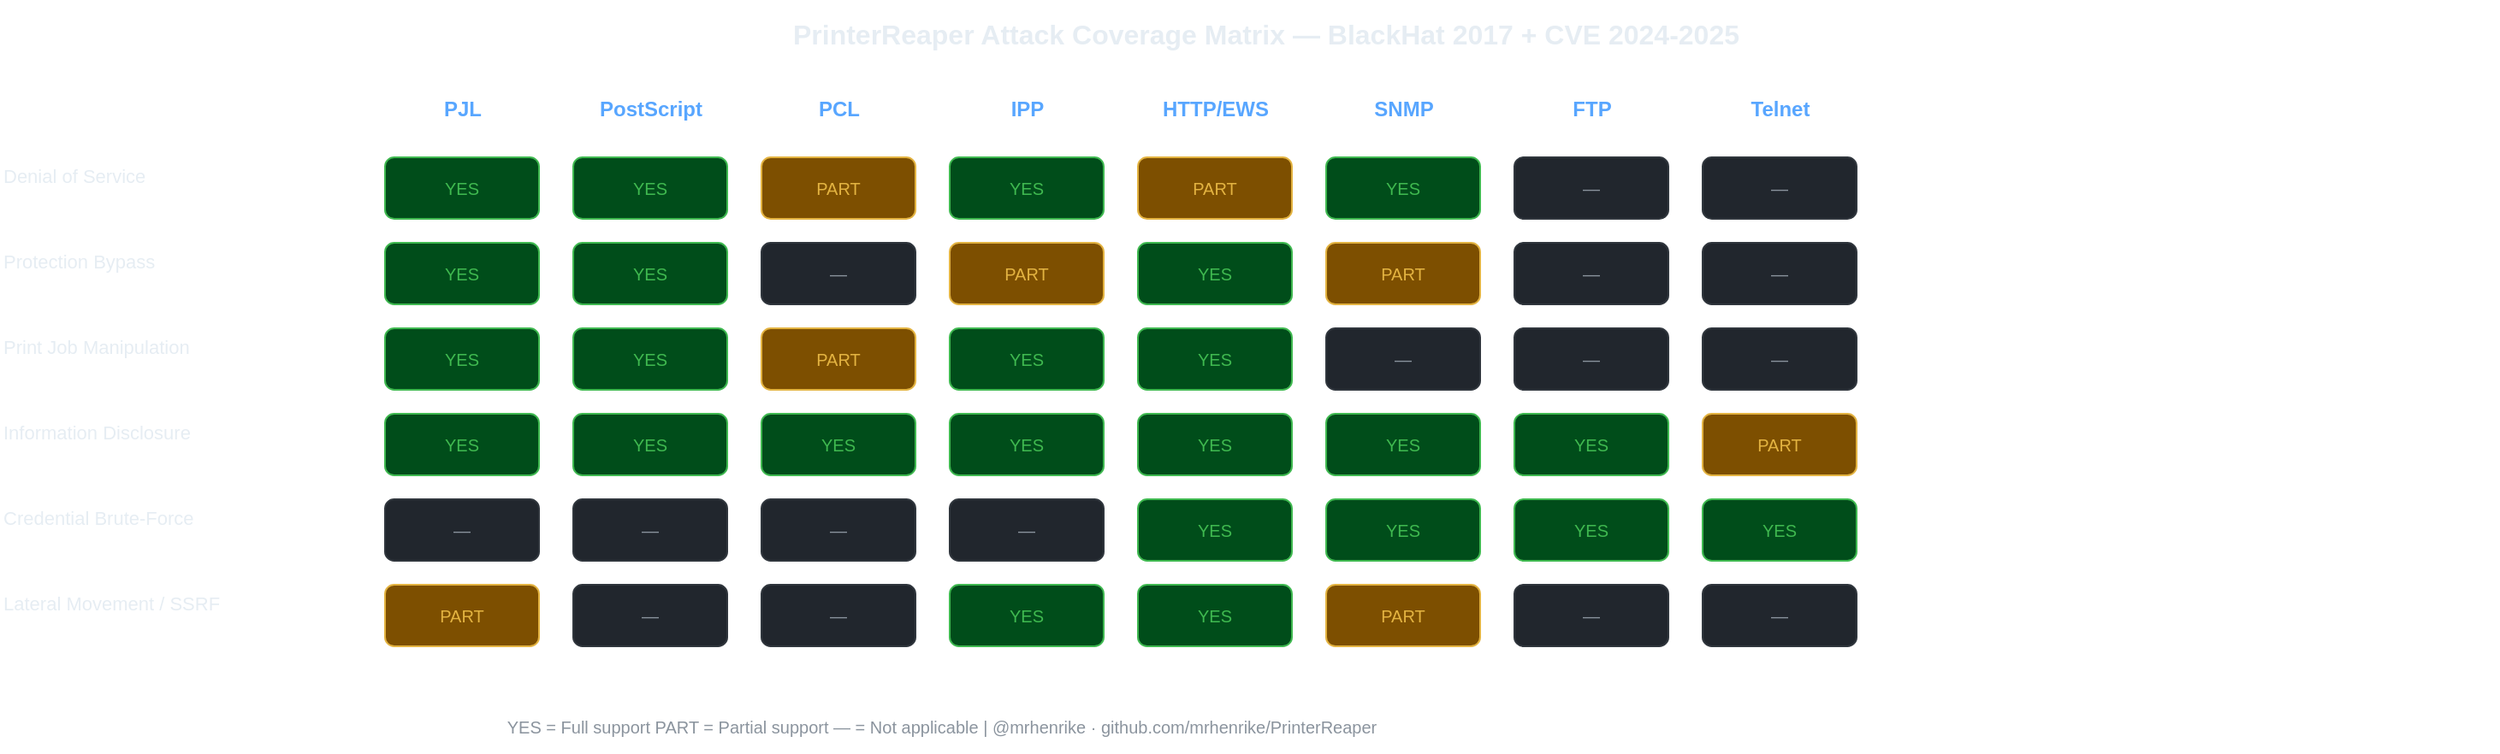
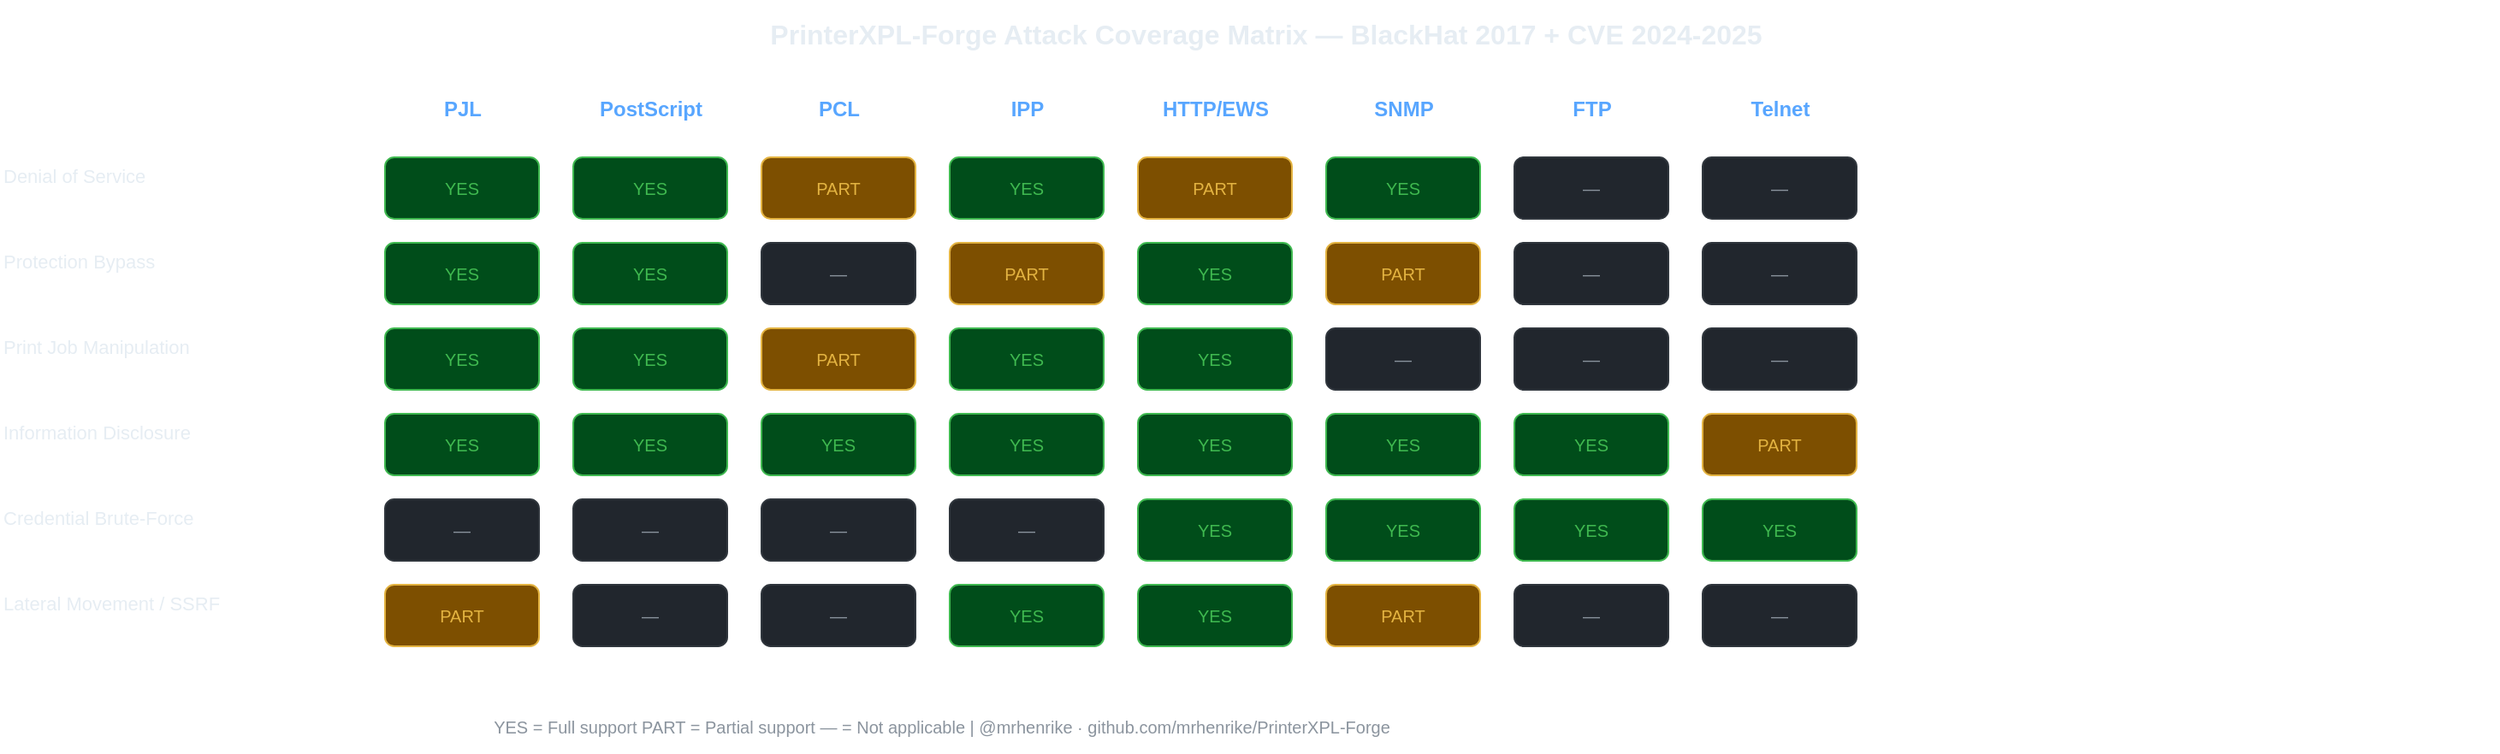
- <mxfile host="diagrams.net" modified="2026-03-25" agent="PrinterReaper" version="21.0.0">
+ <mxfile host="diagrams.net" modified="2026-03-25" agent="PrinterXPL-Forge" version="21.0.0">
  <diagram id="attackmatrix" name="Attack Coverage Matrix">
    <mxGraphModel dx="1422" dy="762" grid="1" gridSize="10" guides="1" tooltips="1" connect="1" arrows="1" fold="1" page="1" pageScale="1" pageWidth="1654" pageHeight="1169" math="0" shadow="0">
      <root>
        <mxCell id="0" />
        <mxCell id="1" parent="0" />

        <!-- Title -->
-         <mxCell id="title" value="PrinterReaper Attack Coverage Matrix — BlackHat 2017 + CVE 2024-2025" style="text;html=1;strokeColor=none;fillColor=none;align=center;verticalAlign=middle;whiteSpace=wrap;rounded=0;fontSize=16;fontColor=#E6EDF3;fontStyle=1;" vertex="1" parent="1">
+         <mxCell id="title" value="PrinterXPL-Forge Attack Coverage Matrix — BlackHat 2017 + CVE 2024-2025" style="text;html=1;strokeColor=none;fillColor=none;align=center;verticalAlign=middle;whiteSpace=wrap;rounded=0;fontSize=16;fontColor=#E6EDF3;fontStyle=1;" vertex="1" parent="1">
          <mxGeometry x="80" y="20" width="1440" height="40" as="geometry" />
        </mxCell>

        <!-- Column headers -->
        <mxCell id="h1" value="PJL" style="text;html=1;align=center;fontColor=#58a6ff;fontSize=12;fontStyle=1;" vertex="1" parent="1"><mxGeometry x="280" y="70" width="100" height="30" as="geometry"/></mxCell>
        <mxCell id="h2" value="PostScript" style="text;html=1;align=center;fontColor=#58a6ff;fontSize=12;fontStyle=1;" vertex="1" parent="1"><mxGeometry x="390" y="70" width="100" height="30" as="geometry"/></mxCell>
        <mxCell id="h3" value="PCL" style="text;html=1;align=center;fontColor=#58a6ff;fontSize=12;fontStyle=1;" vertex="1" parent="1"><mxGeometry x="500" y="70" width="100" height="30" as="geometry"/></mxCell>
        <mxCell id="h4" value="IPP" style="text;html=1;align=center;fontColor=#58a6ff;fontSize=12;fontStyle=1;" vertex="1" parent="1"><mxGeometry x="610" y="70" width="100" height="30" as="geometry"/></mxCell>
        <mxCell id="h5" value="HTTP/EWS" style="text;html=1;align=center;fontColor=#58a6ff;fontSize=12;fontStyle=1;" vertex="1" parent="1"><mxGeometry x="720" y="70" width="100" height="30" as="geometry"/></mxCell>
        <mxCell id="h6" value="SNMP" style="text;html=1;align=center;fontColor=#58a6ff;fontSize=12;fontStyle=1;" vertex="1" parent="1"><mxGeometry x="830" y="70" width="100" height="30" as="geometry"/></mxCell>
        <mxCell id="h7" value="FTP" style="text;html=1;align=center;fontColor=#58a6ff;fontSize=12;fontStyle=1;" vertex="1" parent="1"><mxGeometry x="940" y="70" width="100" height="30" as="geometry"/></mxCell>
        <mxCell id="h8" value="Telnet" style="text;html=1;align=center;fontColor=#58a6ff;fontSize=12;fontStyle=1;" vertex="1" parent="1"><mxGeometry x="1050" y="70" width="100" height="30" as="geometry"/></mxCell>

        <!-- Row 1: DoS -->
        <mxCell id="r1" value="Denial of Service" style="text;html=1;align=left;fontColor=#E6EDF3;fontSize=11;" vertex="1" parent="1"><mxGeometry x="60" y="110" width="210" height="40" as="geometry"/></mxCell>
        <mxCell id="r1c1" value="YES" style="rounded=1;whiteSpace=wrap;html=1;fillColor=#004D1A;strokeColor=#3fb950;fontColor=#3fb950;fontSize=10;" vertex="1" parent="1"><mxGeometry x="285" y="112" width="90" height="36" as="geometry"/></mxCell>
        <mxCell id="r1c2" value="YES" style="rounded=1;whiteSpace=wrap;html=1;fillColor=#004D1A;strokeColor=#3fb950;fontColor=#3fb950;fontSize=10;" vertex="1" parent="1"><mxGeometry x="395" y="112" width="90" height="36" as="geometry"/></mxCell>
        <mxCell id="r1c3" value="PART" style="rounded=1;whiteSpace=wrap;html=1;fillColor=#7D4F00;strokeColor=#e3b341;fontColor=#e3b341;fontSize=10;" vertex="1" parent="1"><mxGeometry x="505" y="112" width="90" height="36" as="geometry"/></mxCell>
        <mxCell id="r1c4" value="YES" style="rounded=1;whiteSpace=wrap;html=1;fillColor=#004D1A;strokeColor=#3fb950;fontColor=#3fb950;fontSize=10;" vertex="1" parent="1"><mxGeometry x="615" y="112" width="90" height="36" as="geometry"/></mxCell>
        <mxCell id="r1c5" value="PART" style="rounded=1;whiteSpace=wrap;html=1;fillColor=#7D4F00;strokeColor=#e3b341;fontColor=#e3b341;fontSize=10;" vertex="1" parent="1"><mxGeometry x="725" y="112" width="90" height="36" as="geometry"/></mxCell>
        <mxCell id="r1c6" value="YES" style="rounded=1;whiteSpace=wrap;html=1;fillColor=#004D1A;strokeColor=#3fb950;fontColor=#3fb950;fontSize=10;" vertex="1" parent="1"><mxGeometry x="835" y="112" width="90" height="36" as="geometry"/></mxCell>
        <mxCell id="r1c7" value="—" style="rounded=1;whiteSpace=wrap;html=1;fillColor=#21262d;strokeColor=#30363d;fontColor=#8b949e;fontSize=10;" vertex="1" parent="1"><mxGeometry x="945" y="112" width="90" height="36" as="geometry"/></mxCell>
        <mxCell id="r1c8" value="—" style="rounded=1;whiteSpace=wrap;html=1;fillColor=#21262d;strokeColor=#30363d;fontColor=#8b949e;fontSize=10;" vertex="1" parent="1"><mxGeometry x="1055" y="112" width="90" height="36" as="geometry"/></mxCell>

        <!-- Row 2: Protection Bypass -->
        <mxCell id="r2" value="Protection Bypass" style="text;html=1;align=left;fontColor=#E6EDF3;fontSize=11;" vertex="1" parent="1"><mxGeometry x="60" y="160" width="210" height="40" as="geometry"/></mxCell>
        <mxCell id="r2c1" value="YES" style="rounded=1;whiteSpace=wrap;html=1;fillColor=#004D1A;strokeColor=#3fb950;fontColor=#3fb950;fontSize=10;" vertex="1" parent="1"><mxGeometry x="285" y="162" width="90" height="36" as="geometry"/></mxCell>
        <mxCell id="r2c2" value="YES" style="rounded=1;whiteSpace=wrap;html=1;fillColor=#004D1A;strokeColor=#3fb950;fontColor=#3fb950;fontSize=10;" vertex="1" parent="1"><mxGeometry x="395" y="162" width="90" height="36" as="geometry"/></mxCell>
        <mxCell id="r2c3" value="—" style="rounded=1;whiteSpace=wrap;html=1;fillColor=#21262d;strokeColor=#30363d;fontColor=#8b949e;fontSize=10;" vertex="1" parent="1"><mxGeometry x="505" y="162" width="90" height="36" as="geometry"/></mxCell>
        <mxCell id="r2c4" value="PART" style="rounded=1;whiteSpace=wrap;html=1;fillColor=#7D4F00;strokeColor=#e3b341;fontColor=#e3b341;fontSize=10;" vertex="1" parent="1"><mxGeometry x="615" y="162" width="90" height="36" as="geometry"/></mxCell>
        <mxCell id="r2c5" value="YES" style="rounded=1;whiteSpace=wrap;html=1;fillColor=#004D1A;strokeColor=#3fb950;fontColor=#3fb950;fontSize=10;" vertex="1" parent="1"><mxGeometry x="725" y="162" width="90" height="36" as="geometry"/></mxCell>
        <mxCell id="r2c6" value="PART" style="rounded=1;whiteSpace=wrap;html=1;fillColor=#7D4F00;strokeColor=#e3b341;fontColor=#e3b341;fontSize=10;" vertex="1" parent="1"><mxGeometry x="835" y="162" width="90" height="36" as="geometry"/></mxCell>
        <mxCell id="r2c7" value="—" style="rounded=1;whiteSpace=wrap;html=1;fillColor=#21262d;strokeColor=#30363d;fontColor=#8b949e;fontSize=10;" vertex="1" parent="1"><mxGeometry x="945" y="162" width="90" height="36" as="geometry"/></mxCell>
        <mxCell id="r2c8" value="—" style="rounded=1;whiteSpace=wrap;html=1;fillColor=#21262d;strokeColor=#30363d;fontColor=#8b949e;fontSize=10;" vertex="1" parent="1"><mxGeometry x="1055" y="162" width="90" height="36" as="geometry"/></mxCell>

        <!-- Row 3: Job Manipulation -->
        <mxCell id="r3" value="Print Job Manipulation" style="text;html=1;align=left;fontColor=#E6EDF3;fontSize=11;" vertex="1" parent="1"><mxGeometry x="60" y="210" width="210" height="40" as="geometry"/></mxCell>
        <mxCell id="r3c1" value="YES" style="rounded=1;whiteSpace=wrap;html=1;fillColor=#004D1A;strokeColor=#3fb950;fontColor=#3fb950;fontSize=10;" vertex="1" parent="1"><mxGeometry x="285" y="212" width="90" height="36" as="geometry"/></mxCell>
        <mxCell id="r3c2" value="YES" style="rounded=1;whiteSpace=wrap;html=1;fillColor=#004D1A;strokeColor=#3fb950;fontColor=#3fb950;fontSize=10;" vertex="1" parent="1"><mxGeometry x="395" y="212" width="90" height="36" as="geometry"/></mxCell>
        <mxCell id="r3c3" value="PART" style="rounded=1;whiteSpace=wrap;html=1;fillColor=#7D4F00;strokeColor=#e3b341;fontColor=#e3b341;fontSize=10;" vertex="1" parent="1"><mxGeometry x="505" y="212" width="90" height="36" as="geometry"/></mxCell>
        <mxCell id="r3c4" value="YES" style="rounded=1;whiteSpace=wrap;html=1;fillColor=#004D1A;strokeColor=#3fb950;fontColor=#3fb950;fontSize=10;" vertex="1" parent="1"><mxGeometry x="615" y="212" width="90" height="36" as="geometry"/></mxCell>
        <mxCell id="r3c5" value="YES" style="rounded=1;whiteSpace=wrap;html=1;fillColor=#004D1A;strokeColor=#3fb950;fontColor=#3fb950;fontSize=10;" vertex="1" parent="1"><mxGeometry x="725" y="212" width="90" height="36" as="geometry"/></mxCell>
        <mxCell id="r3c6" value="—" style="rounded=1;whiteSpace=wrap;html=1;fillColor=#21262d;strokeColor=#30363d;fontColor=#8b949e;fontSize=10;" vertex="1" parent="1"><mxGeometry x="835" y="212" width="90" height="36" as="geometry"/></mxCell>
        <mxCell id="r3c7" value="—" style="rounded=1;whiteSpace=wrap;html=1;fillColor=#21262d;strokeColor=#30363d;fontColor=#8b949e;fontSize=10;" vertex="1" parent="1"><mxGeometry x="945" y="212" width="90" height="36" as="geometry"/></mxCell>
        <mxCell id="r3c8" value="—" style="rounded=1;whiteSpace=wrap;html=1;fillColor=#21262d;strokeColor=#30363d;fontColor=#8b949e;fontSize=10;" vertex="1" parent="1"><mxGeometry x="1055" y="212" width="90" height="36" as="geometry"/></mxCell>

        <!-- Row 4: Info Disclosure -->
        <mxCell id="r4" value="Information Disclosure" style="text;html=1;align=left;fontColor=#E6EDF3;fontSize=11;" vertex="1" parent="1"><mxGeometry x="60" y="260" width="210" height="40" as="geometry"/></mxCell>
        <mxCell id="r4c1" value="YES" style="rounded=1;whiteSpace=wrap;html=1;fillColor=#004D1A;strokeColor=#3fb950;fontColor=#3fb950;fontSize=10;" vertex="1" parent="1"><mxGeometry x="285" y="262" width="90" height="36" as="geometry"/></mxCell>
        <mxCell id="r4c2" value="YES" style="rounded=1;whiteSpace=wrap;html=1;fillColor=#004D1A;strokeColor=#3fb950;fontColor=#3fb950;fontSize=10;" vertex="1" parent="1"><mxGeometry x="395" y="262" width="90" height="36" as="geometry"/></mxCell>
        <mxCell id="r4c3" value="YES" style="rounded=1;whiteSpace=wrap;html=1;fillColor=#004D1A;strokeColor=#3fb950;fontColor=#3fb950;fontSize=10;" vertex="1" parent="1"><mxGeometry x="505" y="262" width="90" height="36" as="geometry"/></mxCell>
        <mxCell id="r4c4" value="YES" style="rounded=1;whiteSpace=wrap;html=1;fillColor=#004D1A;strokeColor=#3fb950;fontColor=#3fb950;fontSize=10;" vertex="1" parent="1"><mxGeometry x="615" y="262" width="90" height="36" as="geometry"/></mxCell>
        <mxCell id="r4c5" value="YES" style="rounded=1;whiteSpace=wrap;html=1;fillColor=#004D1A;strokeColor=#3fb950;fontColor=#3fb950;fontSize=10;" vertex="1" parent="1"><mxGeometry x="725" y="262" width="90" height="36" as="geometry"/></mxCell>
        <mxCell id="r4c6" value="YES" style="rounded=1;whiteSpace=wrap;html=1;fillColor=#004D1A;strokeColor=#3fb950;fontColor=#3fb950;fontSize=10;" vertex="1" parent="1"><mxGeometry x="835" y="262" width="90" height="36" as="geometry"/></mxCell>
        <mxCell id="r4c7" value="YES" style="rounded=1;whiteSpace=wrap;html=1;fillColor=#004D1A;strokeColor=#3fb950;fontColor=#3fb950;fontSize=10;" vertex="1" parent="1"><mxGeometry x="945" y="262" width="90" height="36" as="geometry"/></mxCell>
        <mxCell id="r4c8" value="PART" style="rounded=1;whiteSpace=wrap;html=1;fillColor=#7D4F00;strokeColor=#e3b341;fontColor=#e3b341;fontSize=10;" vertex="1" parent="1"><mxGeometry x="1055" y="262" width="90" height="36" as="geometry"/></mxCell>

        <!-- Row 5: Credential BF -->
        <mxCell id="r5" value="Credential Brute-Force" style="text;html=1;align=left;fontColor=#E6EDF3;fontSize=11;" vertex="1" parent="1"><mxGeometry x="60" y="310" width="210" height="40" as="geometry"/></mxCell>
        <mxCell id="r5c1" value="—" style="rounded=1;whiteSpace=wrap;html=1;fillColor=#21262d;strokeColor=#30363d;fontColor=#8b949e;fontSize=10;" vertex="1" parent="1"><mxGeometry x="285" y="312" width="90" height="36" as="geometry"/></mxCell>
        <mxCell id="r5c2" value="—" style="rounded=1;whiteSpace=wrap;html=1;fillColor=#21262d;strokeColor=#30363d;fontColor=#8b949e;fontSize=10;" vertex="1" parent="1"><mxGeometry x="395" y="312" width="90" height="36" as="geometry"/></mxCell>
        <mxCell id="r5c3" value="—" style="rounded=1;whiteSpace=wrap;html=1;fillColor=#21262d;strokeColor=#30363d;fontColor=#8b949e;fontSize=10;" vertex="1" parent="1"><mxGeometry x="505" y="312" width="90" height="36" as="geometry"/></mxCell>
        <mxCell id="r5c4" value="—" style="rounded=1;whiteSpace=wrap;html=1;fillColor=#21262d;strokeColor=#30363d;fontColor=#8b949e;fontSize=10;" vertex="1" parent="1"><mxGeometry x="615" y="312" width="90" height="36" as="geometry"/></mxCell>
        <mxCell id="r5c5" value="YES" style="rounded=1;whiteSpace=wrap;html=1;fillColor=#004D1A;strokeColor=#3fb950;fontColor=#3fb950;fontSize=10;" vertex="1" parent="1"><mxGeometry x="725" y="312" width="90" height="36" as="geometry"/></mxCell>
        <mxCell id="r5c6" value="YES" style="rounded=1;whiteSpace=wrap;html=1;fillColor=#004D1A;strokeColor=#3fb950;fontColor=#3fb950;fontSize=10;" vertex="1" parent="1"><mxGeometry x="835" y="312" width="90" height="36" as="geometry"/></mxCell>
        <mxCell id="r5c7" value="YES" style="rounded=1;whiteSpace=wrap;html=1;fillColor=#004D1A;strokeColor=#3fb950;fontColor=#3fb950;fontSize=10;" vertex="1" parent="1"><mxGeometry x="945" y="312" width="90" height="36" as="geometry"/></mxCell>
        <mxCell id="r5c8" value="YES" style="rounded=1;whiteSpace=wrap;html=1;fillColor=#004D1A;strokeColor=#3fb950;fontColor=#3fb950;fontSize=10;" vertex="1" parent="1"><mxGeometry x="1055" y="312" width="90" height="36" as="geometry"/></mxCell>

        <!-- Row 6: Lateral Movement -->
        <mxCell id="r6" value="Lateral Movement / SSRF" style="text;html=1;align=left;fontColor=#E6EDF3;fontSize=11;" vertex="1" parent="1"><mxGeometry x="60" y="360" width="210" height="40" as="geometry"/></mxCell>
        <mxCell id="r6c1" value="PART" style="rounded=1;whiteSpace=wrap;html=1;fillColor=#7D4F00;strokeColor=#e3b341;fontColor=#e3b341;fontSize=10;" vertex="1" parent="1"><mxGeometry x="285" y="362" width="90" height="36" as="geometry"/></mxCell>
        <mxCell id="r6c2" value="—" style="rounded=1;whiteSpace=wrap;html=1;fillColor=#21262d;strokeColor=#30363d;fontColor=#8b949e;fontSize=10;" vertex="1" parent="1"><mxGeometry x="395" y="362" width="90" height="36" as="geometry"/></mxCell>
        <mxCell id="r6c3" value="—" style="rounded=1;whiteSpace=wrap;html=1;fillColor=#21262d;strokeColor=#30363d;fontColor=#8b949e;fontSize=10;" vertex="1" parent="1"><mxGeometry x="505" y="362" width="90" height="36" as="geometry"/></mxCell>
        <mxCell id="r6c4" value="YES" style="rounded=1;whiteSpace=wrap;html=1;fillColor=#004D1A;strokeColor=#3fb950;fontColor=#3fb950;fontSize=10;" vertex="1" parent="1"><mxGeometry x="615" y="362" width="90" height="36" as="geometry"/></mxCell>
        <mxCell id="r6c5" value="YES" style="rounded=1;whiteSpace=wrap;html=1;fillColor=#004D1A;strokeColor=#3fb950;fontColor=#3fb950;fontSize=10;" vertex="1" parent="1"><mxGeometry x="725" y="362" width="90" height="36" as="geometry"/></mxCell>
        <mxCell id="r6c6" value="PART" style="rounded=1;whiteSpace=wrap;html=1;fillColor=#7D4F00;strokeColor=#e3b341;fontColor=#e3b341;fontSize=10;" vertex="1" parent="1"><mxGeometry x="835" y="362" width="90" height="36" as="geometry"/></mxCell>
        <mxCell id="r6c7" value="—" style="rounded=1;whiteSpace=wrap;html=1;fillColor=#21262d;strokeColor=#30363d;fontColor=#8b949e;fontSize=10;" vertex="1" parent="1"><mxGeometry x="945" y="362" width="90" height="36" as="geometry"/></mxCell>
        <mxCell id="r6c8" value="—" style="rounded=1;whiteSpace=wrap;html=1;fillColor=#21262d;strokeColor=#30363d;fontColor=#8b949e;fontSize=10;" vertex="1" parent="1"><mxGeometry x="1055" y="362" width="90" height="36" as="geometry"/></mxCell>

        <!-- Footer -->
-         <mxCell id="footer" value="YES = Full support   PART = Partial support   — = Not applicable   |   @mrhenrike · github.com/mrhenrike/PrinterReaper" style="text;html=1;strokeColor=none;fillColor=none;align=center;verticalAlign=middle;fontSize=10;fontColor=#8b949e;" vertex="1" parent="1">
+         <mxCell id="footer" value="YES = Full support   PART = Partial support   — = Not applicable   |   @mrhenrike · github.com/mrhenrike/PrinterXPL-Forge" style="text;html=1;strokeColor=none;fillColor=none;align=center;verticalAlign=middle;fontSize=10;fontColor=#8b949e;" vertex="1" parent="1">
          <mxGeometry x="60" y="430" width="1100" height="30" as="geometry" />
        </mxCell>
      </root>
    </mxGraphModel>
  </diagram>
</mxfile>
